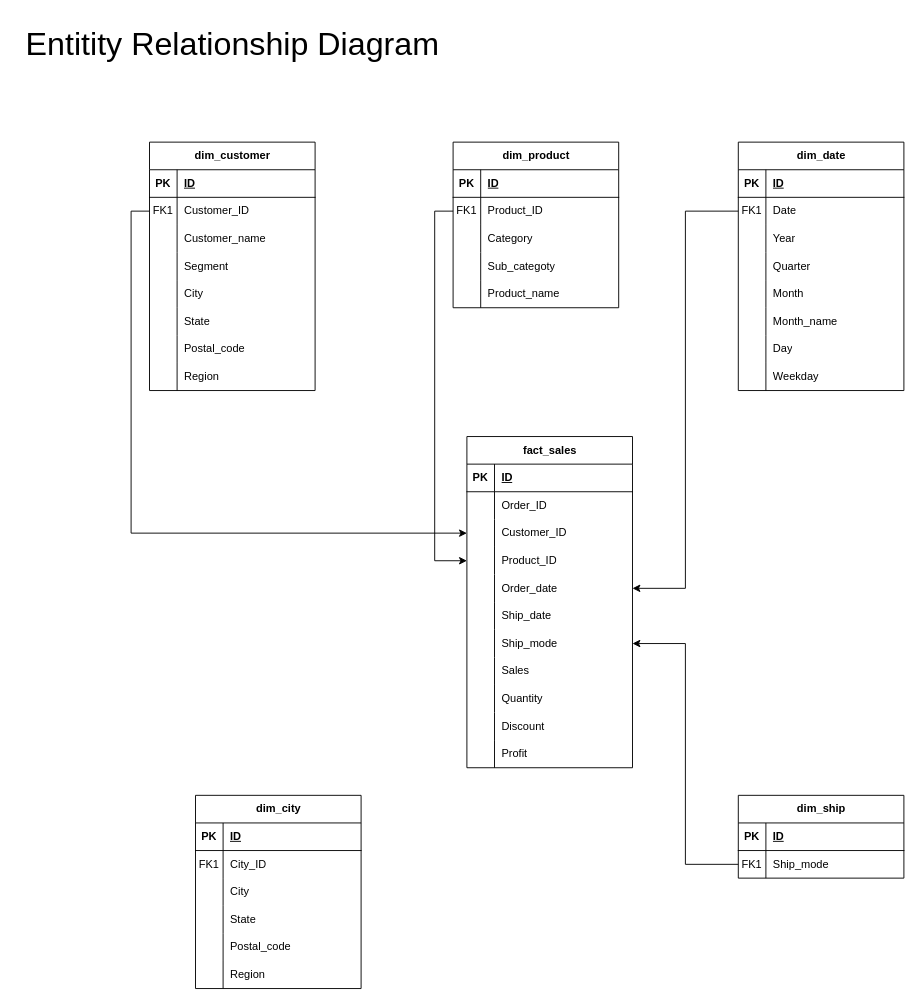
Above: assets/diagrams/entity_relationship_diagram.drawio in vinicius-silva-ep/wf_challenge (draw.io), before the change. Source tidied: cells renumbered, new cells numbered last; positions are measured from the earlier drawing's top-left corner, leaving out a move shared by most shapes. Both pictures are drawn from the tidied source at 92%, with x=0, y=0 at pixel (16, 16).
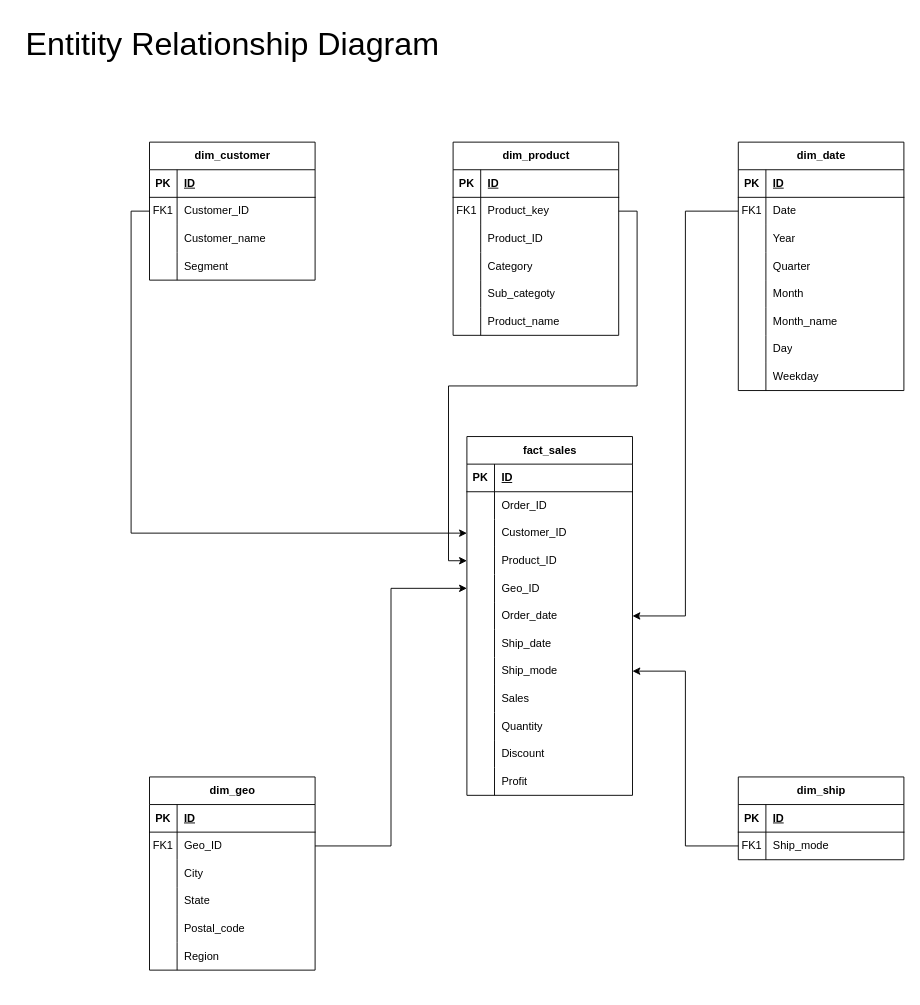
The same page after the edit.

Commit message (it also covers changes not shown here):
creating product_key and also the other dimensional tables

The change refers to these unchanged cells:
```xml
<mxCell id="12" style="shape=tableRow;horizontal=0;startSize=0;swimlaneHead=0;swimlaneBody=0;fillColor=none;points=[[0,0.5],[1,0.5]];portConstraint=eastwest;top=0;left=0;right=0;bottom=0;" parent="2" vertex="1">
  <mxGeometry y="120" width="180" height="30" as="geometry" />
</mxCell>
<mxCell id="81" style="shape=tableRow;horizontal=0;startSize=0;swimlaneHead=0;swimlaneBody=0;fillColor=none;points=[[0,0.5],[1,0.5]];portConstraint=eastwest;top=0;left=0;right=0;bottom=0;" parent="77" vertex="1">
  <mxGeometry y="60" width="180" height="30" as="geometry" />
</mxCell>
```

Diff of the diagram source:
```diff
@@
     <mxCell id="2" value="fact_sales" style="shape=table;startSize=30;childLayout=tableLayout;rowLines=0;fontStyle=1;align=center;html=1;" parent="1" vertex="1">
-      <mxGeometry x="490" y="457" width="180" height="360" as="geometry" />
+      <mxGeometry x="490" y="457" width="180" height="390" as="geometry" />
     </mxCell>
@@
+    <mxCell id="109" style="shape=tableRow;horizontal=0;startSize=0;swimlaneHead=0;swimlaneBody=0;fillColor=none;points=[[0,0.5],[1,0.5]];portConstraint=eastwest;top=0;left=0;right=0;bottom=0;" parent="2" vertex="1">
+      <mxGeometry y="150" width="180" height="30" as="geometry" />
+    </mxCell>
+    <mxCell id="134" style="shape=partialRectangle;fillColor=none;top=0;left=0;bottom=0;right=0;overflow=hidden;whiteSpace=wrap;html=1;" parent="109" vertex="1">
+      <mxGeometry width="30" height="30" as="geometry" />
+    </mxCell>
+    <mxCell id="135" value="Geo_ID" style="shape=partialRectangle;fillColor=none;top=0;left=0;bottom=0;right=0;align=left;spacingLeft=6;overflow=hidden;whiteSpace=wrap;html=1;" parent="109" vertex="1">
+      <mxGeometry x="30" width="150" height="30" as="geometry" />
+    </mxCell>
     <mxCell id="15" style="shape=tableRow;horizontal=0;startSize=0;swimlaneHead=0;swimlaneBody=0;fillColor=none;points=[[0,0.5],[1,0.5]];portConstraint=eastwest;top=0;left=0;right=0;bottom=0;" parent="2" vertex="1">
-      <mxGeometry y="150" width="180" height="30" as="geometry" />
+      <mxGeometry y="180" width="180" height="30" as="geometry" />
     </mxCell>
@@
     <mxCell id="18" style="shape=tableRow;horizontal=0;startSize=0;swimlaneHead=0;swimlaneBody=0;fillColor=none;top=0;left=0;right=0;bottom=0;" parent="2" vertex="1">
-      <mxGeometry y="180" width="180" height="30" as="geometry" />
+      <mxGeometry y="210" width="180" height="30" as="geometry" />
     </mxCell>
@@
     <mxCell id="21" style="shape=tableRow;horizontal=0;startSize=0;swimlaneHead=0;swimlaneBody=0;fillColor=none;points=[[0,0.5],[1,0.5]];portConstraint=eastwest;top=0;left=0;right=0;bottom=0;" parent="2" vertex="1">
-      <mxGeometry y="210" width="180" height="30" as="geometry" />
+      <mxGeometry y="240" width="180" height="30" as="geometry" />
     </mxCell>
@@
     <mxCell id="24" style="shape=tableRow;horizontal=0;startSize=0;swimlaneHead=0;swimlaneBody=0;fillColor=none;top=0;left=0;right=0;bottom=0;" parent="2" vertex="1">
-      <mxGeometry y="240" width="180" height="30" as="geometry" />
+      <mxGeometry y="270" width="180" height="30" as="geometry" />
     </mxCell>
@@
     <mxCell id="27" style="shape=tableRow;horizontal=0;startSize=0;swimlaneHead=0;swimlaneBody=0;fillColor=none;top=0;left=0;right=0;bottom=0;" parent="2" vertex="1">
-      <mxGeometry y="270" width="180" height="30" as="geometry" />
+      <mxGeometry y="300" width="180" height="30" as="geometry" />
     </mxCell>
@@
     <mxCell id="30" style="shape=tableRow;horizontal=0;startSize=0;swimlaneHead=0;swimlaneBody=0;fillColor=none;top=0;left=0;right=0;bottom=0;" parent="2" vertex="1">
-      <mxGeometry y="300" width="180" height="30" as="geometry" />
+      <mxGeometry y="330" width="180" height="30" as="geometry" />
     </mxCell>
@@
     <mxCell id="33" style="shape=tableRow;horizontal=0;startSize=0;swimlaneHead=0;swimlaneBody=0;fillColor=none;top=0;left=0;right=0;bottom=0;" parent="2" vertex="1">
-      <mxGeometry y="330" width="180" height="30" as="geometry" />
+      <mxGeometry y="360" width="180" height="30" as="geometry" />
     </mxCell>
@@
     <mxCell id="36" value="dim_product" style="shape=table;startSize=30;childLayout=tableLayout;rowLines=0;fontStyle=1;align=center;html=1;" parent="1" vertex="1">
-      <mxGeometry x="475" y="137" width="180" height="180" as="geometry" />
+      <mxGeometry x="475" y="137" width="180" height="210" as="geometry" />
     </mxCell>
@@
+    <mxCell id="136" style="shape=tableRow;horizontal=0;startSize=0;swimlaneHead=0;swimlaneBody=0;fillColor=none;points=[[0,0.5],[1,0.5]];portConstraint=eastwest;top=0;left=0;right=0;bottom=0;" parent="36" vertex="1">
+      <mxGeometry y="60" width="180" height="30" as="geometry" />
+    </mxCell>
+    <mxCell id="137" value="FK1" style="shape=partialRectangle;fillColor=none;top=0;left=0;bottom=0;right=0;overflow=hidden;whiteSpace=wrap;html=1;" parent="136" vertex="1">
+      <mxGeometry width="30" height="30" as="geometry" />
+    </mxCell>
+    <mxCell id="138" value="Product_key" style="shape=partialRectangle;fillColor=none;top=0;left=0;bottom=0;right=0;align=left;spacingLeft=6;overflow=hidden;whiteSpace=wrap;html=1;" parent="136" vertex="1">
+      <mxGeometry x="30" width="150" height="30" as="geometry" />
+    </mxCell>
     <mxCell id="40" style="shape=tableRow;horizontal=0;startSize=0;swimlaneHead=0;swimlaneBody=0;fillColor=none;points=[[0,0.5],[1,0.5]];portConstraint=eastwest;top=0;left=0;right=0;bottom=0;" parent="36" vertex="1">
-      <mxGeometry y="60" width="180" height="30" as="geometry" />
+      <mxGeometry y="90" width="180" height="30" as="geometry" />
     </mxCell>
-    <mxCell id="41" value="FK1" style="shape=partialRectangle;fillColor=none;top=0;left=0;bottom=0;right=0;overflow=hidden;whiteSpace=wrap;html=1;" parent="40" vertex="1">
+    <mxCell id="41" style="shape=partialRectangle;fillColor=none;top=0;left=0;bottom=0;right=0;overflow=hidden;whiteSpace=wrap;html=1;" parent="40" vertex="1">
       <mxGeometry width="30" height="30" as="geometry" />
     </mxCell>
@@
     <mxCell id="43" style="shape=tableRow;horizontal=0;startSize=0;swimlaneHead=0;swimlaneBody=0;fillColor=none;top=0;left=0;right=0;bottom=0;" parent="36" vertex="1">
-      <mxGeometry y="90" width="180" height="30" as="geometry" />
+      <mxGeometry y="120" width="180" height="30" as="geometry" />
     </mxCell>
@@
     <mxCell id="46" style="shape=tableRow;horizontal=0;startSize=0;swimlaneHead=0;swimlaneBody=0;fillColor=none;top=0;left=0;right=0;bottom=0;" parent="36" vertex="1">
-      <mxGeometry y="120" width="180" height="30" as="geometry" />
+      <mxGeometry y="150" width="180" height="30" as="geometry" />
     </mxCell>
@@
     <mxCell id="49" style="shape=tableRow;horizontal=0;startSize=0;swimlaneHead=0;swimlaneBody=0;fillColor=none;top=0;left=0;right=0;bottom=0;" parent="36" vertex="1">
-      <mxGeometry y="150" width="180" height="30" as="geometry" />
+      <mxGeometry y="180" width="180" height="30" as="geometry" />
     </mxCell>
@@
-    <mxCell id="77" value="dim_city" style="shape=table;startSize=30;childLayout=tableLayout;rowLines=0;fontStyle=1;align=center;html=1;" parent="1" vertex="1">
-      <mxGeometry x="195" y="847" width="180" height="210" as="geometry" />
+    <mxCell id="77" value="dim_geo" style="shape=table;startSize=30;childLayout=tableLayout;rowLines=0;fontStyle=1;align=center;html=1;" parent="1" vertex="1">
+      <mxGeometry x="145" y="827" width="180" height="210" as="geometry" />
     </mxCell>
@@
-    <mxCell id="83" value="City_ID" style="shape=partialRectangle;fillColor=none;top=0;left=0;bottom=0;right=0;align=left;spacingLeft=6;overflow=hidden;whiteSpace=wrap;html=1;" parent="81" vertex="1">
+    <mxCell id="83" value="Geo_ID" style="shape=partialRectangle;fillColor=none;top=0;left=0;bottom=0;right=0;align=left;spacingLeft=6;overflow=hidden;whiteSpace=wrap;html=1;" parent="81" vertex="1">
       <mxGeometry x="30" width="150" height="30" as="geometry" />
     </mxCell>
@@
     <mxCell id="96" value="dim_customer" style="shape=table;startSize=30;childLayout=tableLayout;rowLines=0;fontStyle=1;align=center;html=1;" parent="1" vertex="1">
-      <mxGeometry x="145" y="137" width="180" height="270" as="geometry" />
+      <mxGeometry x="145" y="137" width="180" height="150" as="geometry" />
     </mxCell>
@@
-    <mxCell id="109" style="shape=tableRow;horizontal=0;startSize=0;swimlaneHead=0;swimlaneBody=0;fillColor=none;points=[[0,0.5],[1,0.5]];portConstraint=eastwest;top=0;left=0;right=0;bottom=0;" parent="96" vertex="1">
-      <mxGeometry y="150" width="180" height="30" as="geometry" />
-    </mxCell>
-    <mxCell id="110" style="shape=partialRectangle;fillColor=none;top=0;left=0;bottom=0;right=0;overflow=hidden;whiteSpace=wrap;html=1;" parent="109" vertex="1">
-      <mxGeometry width="30" height="30" as="geometry" />
-    </mxCell>
-    <mxCell id="111" value="City" style="shape=partialRectangle;fillColor=none;top=0;left=0;bottom=0;right=0;align=left;spacingLeft=6;overflow=hidden;whiteSpace=wrap;html=1;" parent="109" vertex="1">
-      <mxGeometry x="30" width="150" height="30" as="geometry" />
-    </mxCell>
-    <mxCell id="112" style="shape=tableRow;horizontal=0;startSize=0;swimlaneHead=0;swimlaneBody=0;fillColor=none;top=0;left=0;right=0;bottom=0;" parent="96" vertex="1">
-      <mxGeometry y="180" width="180" height="30" as="geometry" />
-    </mxCell>
-    <mxCell id="113" style="shape=partialRectangle;fillColor=none;top=0;left=0;bottom=0;right=0;overflow=hidden;whiteSpace=wrap;html=1;" parent="112" vertex="1">
-      <mxGeometry width="30" height="30" as="geometry" />
-    </mxCell>
-    <mxCell id="114" value="State" style="shape=partialRectangle;fillColor=none;top=0;left=0;bottom=0;right=0;align=left;spacingLeft=6;overflow=hidden;whiteSpace=wrap;html=1;" parent="112" vertex="1">
-      <mxGeometry x="30" width="150" height="30" as="geometry" />
-    </mxCell>
-    <mxCell id="115" style="shape=tableRow;horizontal=0;startSize=0;swimlaneHead=0;swimlaneBody=0;fillColor=none;top=0;left=0;right=0;bottom=0;" parent="96" vertex="1">
-      <mxGeometry y="210" width="180" height="30" as="geometry" />
-    </mxCell>
-    <mxCell id="116" style="shape=partialRectangle;fillColor=none;top=0;left=0;bottom=0;right=0;overflow=hidden;whiteSpace=wrap;html=1;" parent="115" vertex="1">
-      <mxGeometry width="30" height="30" as="geometry" />
-    </mxCell>
-    <mxCell id="117" value="Postal_code" style="shape=partialRectangle;fillColor=none;top=0;left=0;bottom=0;right=0;align=left;spacingLeft=6;overflow=hidden;whiteSpace=wrap;html=1;" parent="115" vertex="1">
-      <mxGeometry x="30" width="150" height="30" as="geometry" />
-    </mxCell>
-    <mxCell id="118" style="shape=tableRow;horizontal=0;startSize=0;swimlaneHead=0;swimlaneBody=0;fillColor=none;top=0;left=0;right=0;bottom=0;" parent="96" vertex="1">
-      <mxGeometry y="240" width="180" height="30" as="geometry" />
-    </mxCell>
-    <mxCell id="119" style="shape=partialRectangle;fillColor=none;top=0;left=0;bottom=0;right=0;overflow=hidden;whiteSpace=wrap;html=1;" parent="118" vertex="1">
-      <mxGeometry width="30" height="30" as="geometry" />
-    </mxCell>
-    <mxCell id="120" value="Region" style="shape=partialRectangle;fillColor=none;top=0;left=0;bottom=0;right=0;align=left;spacingLeft=6;overflow=hidden;whiteSpace=wrap;html=1;" parent="118" vertex="1">
-      <mxGeometry x="30" width="150" height="30" as="geometry" />
-    </mxCell>
@@
-    <mxCell id="124" style="edgeStyle=orthogonalEdgeStyle;rounded=0;jettySize=auto;html=1;exitX=0;exitY=0.5;exitDx=0;exitDy=0;entryX=0;entryY=0.5;entryDx=0;entryDy=0;" parent="1" edge="1" source="40" target="12">
-      <mxGeometry relative="1" as="geometry" />
-    </mxCell>
     <mxCell id="125" value="dim_ship" style="shape=table;startSize=30;childLayout=tableLayout;rowLines=0;fontStyle=1;align=center;html=1;" parent="1" vertex="1">
-      <mxGeometry x="785" y="847" width="180" height="90" as="geometry" />
+      <mxGeometry x="785" y="827" width="180" height="90" as="geometry" />
     </mxCell>
@@
+    <mxCell id="139" style="edgeStyle=orthogonalEdgeStyle;rounded=0;jettySize=auto;html=1;entryX=0;entryY=0.5;entryDx=0;entryDy=0;" parent="1" edge="1" source="81" target="109">
+      <mxGeometry relative="1" as="geometry" />
+    </mxCell>
+    <mxCell id="140" style="edgeStyle=orthogonalEdgeStyle;rounded=0;jettySize=auto;html=1;entryX=0;entryY=0.5;entryDx=0;entryDy=0;" parent="1" edge="1" source="136" target="12">
+      <mxGeometry relative="1" as="geometry" />
+    </mxCell>
```
